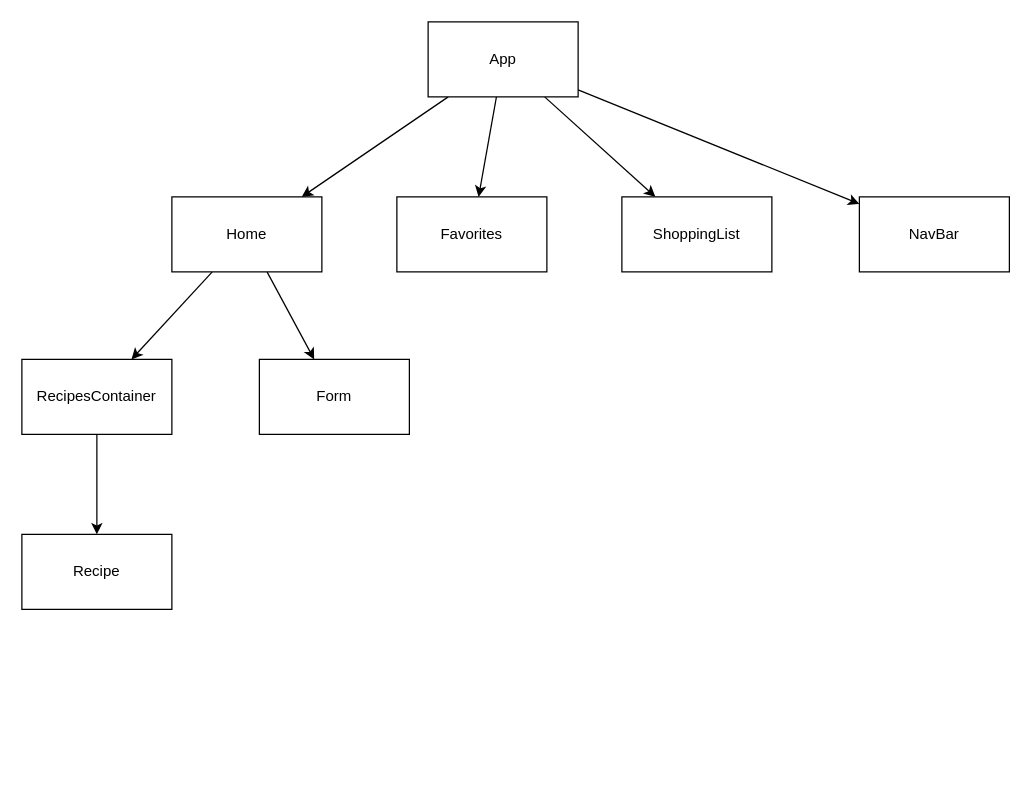
The draw.io diagram architecture.drawio in kgicheha/recipe-finder, before the edit. Source tidied: cells renumbered, new cells numbered last; positions are measured from the earlier drawing's top-left corner, leaving out a move shared by most shapes. Both pictures are drawn from the tidied source at 125%, with x=0, y=0 at pixel (21, 21).
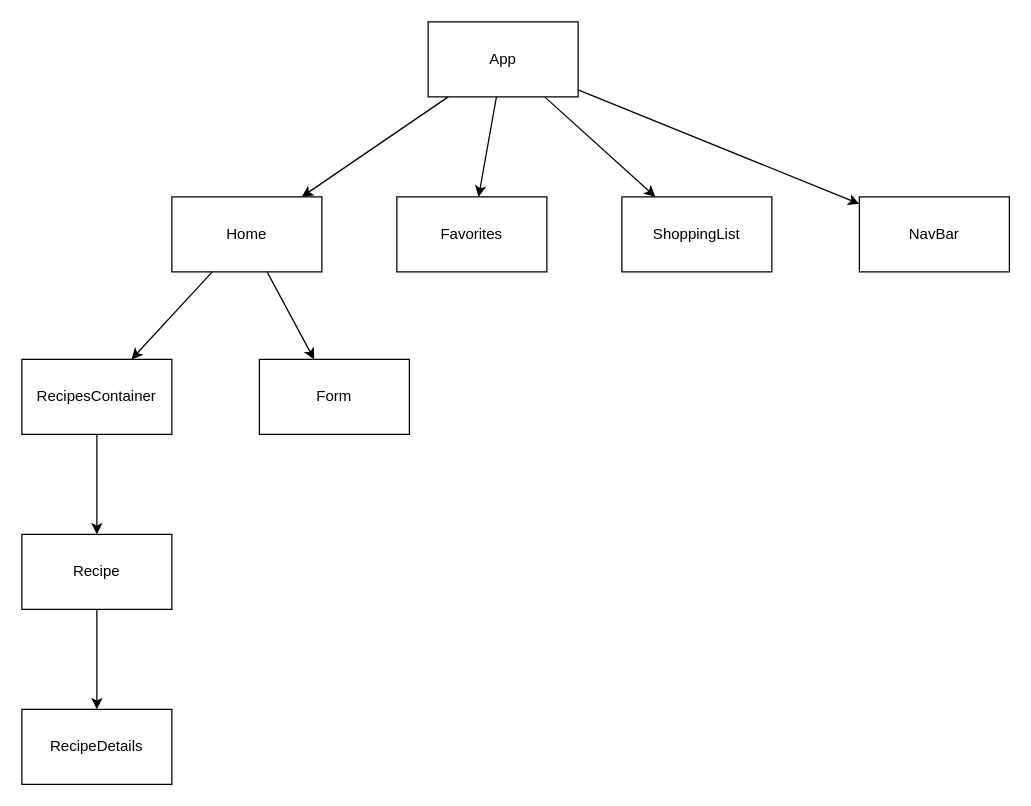
The same page after the edit.

Diff of the diagram source:
```diff
@@
 <mxGraphModel>
   <root>
     <mxCell id="0" />
     <mxCell id="1" parent="0" />
     <mxCell id="2" style="edgeStyle=none;html=1;" parent="1" edge="1" source="6" target="7">
       <mxGeometry relative="1" as="geometry" />
     </mxCell>
     <mxCell id="3" style="edgeStyle=none;html=1;" parent="1" edge="1" source="6" target="8">
       <mxGeometry relative="1" as="geometry" />
     </mxCell>
     <mxCell id="4" style="edgeStyle=none;html=1;" parent="1" edge="1" source="6" target="11">
       <mxGeometry relative="1" as="geometry" />
     </mxCell>
     <mxCell id="5" style="edgeStyle=none;html=1;" parent="1" edge="1" source="6" target="16">
       <mxGeometry relative="1" as="geometry" />
     </mxCell>
     <mxCell id="6" value="App" style="whiteSpace=wrap;html=1;" parent="1" vertex="1">
       <mxGeometry x="325" width="120" height="60" as="geometry" />
     </mxCell>
     <mxCell id="7" value="Favorites" style="whiteSpace=wrap;html=1;" parent="1" vertex="1">
       <mxGeometry x="300" y="140" width="120" height="60" as="geometry" />
     </mxCell>
     <mxCell id="8" value="ShoppingList" style="whiteSpace=wrap;html=1;" parent="1" vertex="1">
       <mxGeometry x="480" y="140" width="120" height="60" as="geometry" />
     </mxCell>
     <mxCell id="9" style="edgeStyle=none;html=1;" parent="1" edge="1" source="11" target="12">
       <mxGeometry relative="1" as="geometry" />
     </mxCell>
     <mxCell id="10" style="edgeStyle=none;html=1;" parent="1" edge="1" source="11" target="14">
       <mxGeometry relative="1" as="geometry" />
     </mxCell>
     <mxCell id="11" value="Home" style="whiteSpace=wrap;html=1;" parent="1" vertex="1">
       <mxGeometry x="120" y="140" width="120" height="60" as="geometry" />
     </mxCell>
     <mxCell id="12" value="Form" style="whiteSpace=wrap;html=1;" parent="1" vertex="1">
       <mxGeometry x="190" y="270" width="120" height="60" as="geometry" />
     </mxCell>
     <mxCell id="13" style="edgeStyle=none;html=1;" parent="1" edge="1" source="14" target="15">
       <mxGeometry relative="1" as="geometry" />
     </mxCell>
     <mxCell id="14" value="RecipesContainer" style="whiteSpace=wrap;html=1;" parent="1" vertex="1">
       <mxGeometry y="270" width="120" height="60" as="geometry" />
     </mxCell>
+    <mxCell id="17" style="edgeStyle=none;html=1;" parent="1" edge="1" source="15" target="18">
+      <mxGeometry relative="1" as="geometry" />
+    </mxCell>
     <mxCell id="15" value="Recipe" style="whiteSpace=wrap;html=1;" parent="1" vertex="1">
       <mxGeometry y="410" width="120" height="60" as="geometry" />
     </mxCell>
     <mxCell id="16" value="NavBar" style="whiteSpace=wrap;html=1;" parent="1" vertex="1">
       <mxGeometry x="670" y="140" width="120" height="60" as="geometry" />
     </mxCell>
+    <mxCell id="18" value="RecipeDetails" style="whiteSpace=wrap;html=1;" parent="1" vertex="1">
+      <mxGeometry y="550" width="120" height="60" as="geometry" />
+    </mxCell>
   </root>
 </mxGraphModel>
```
